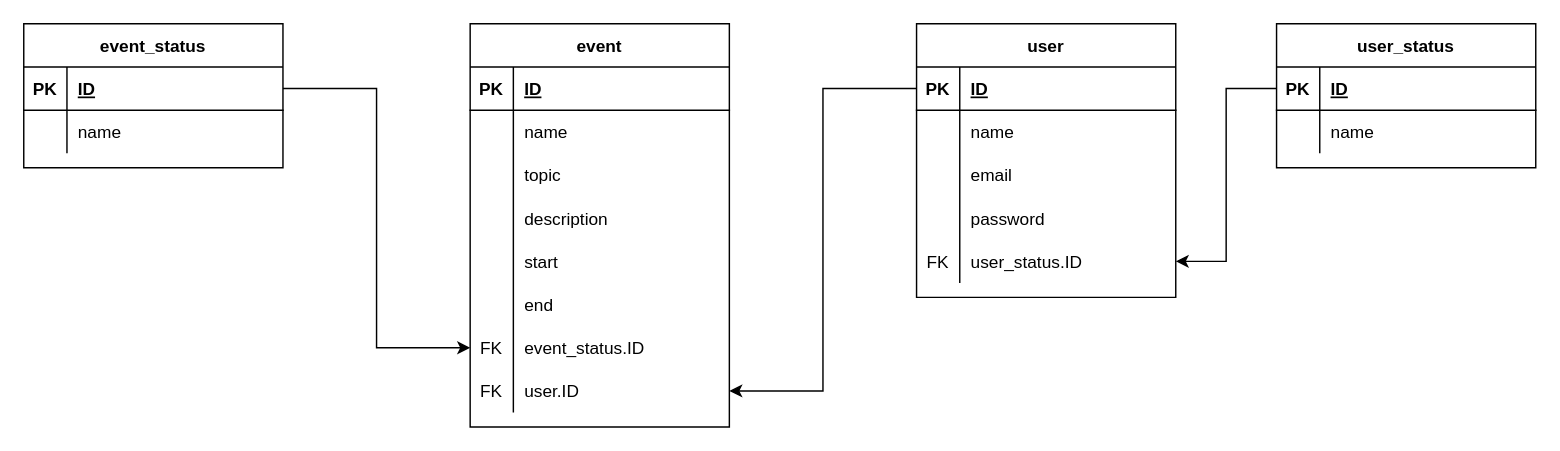
Earlier version of the draw.io diagram plans/database_plan/Calendar_database_plan.drawio (KerteszZoltan/szakdoga). Source tidied: cells renumbered, new cells numbered last; positions are measured from the earlier drawing's top-left corner, leaving out a move shared by most shapes. Both pictures are drawn from the tidied source at 144%, with x=0, y=0 at pixel (23, 23).
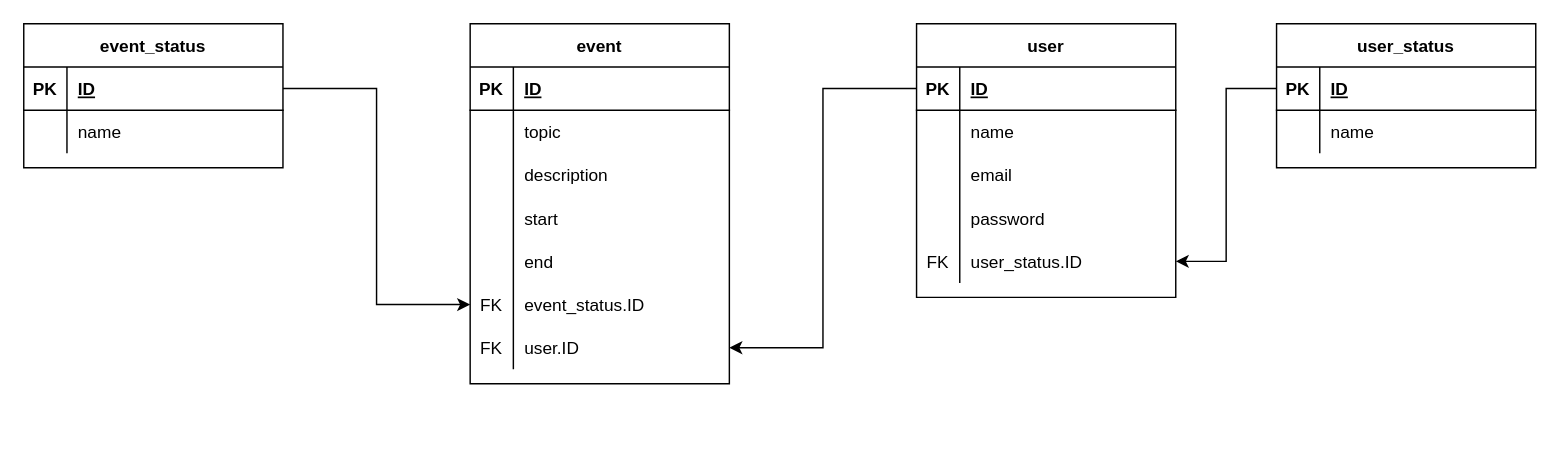
The same diagram, later.

Commit message:
delete event name, bacause the name and topic are equals

The edit, as a diff of the source:
```diff
@@
     <mxCell id="2" value="event" style="shape=table;startSize=30;childLayout=tableLayout;rowLines=0;fontStyle=1;align=center;" parent="1" vertex="1">
-      <mxGeometry x="310" width="180" height="280" as="geometry" />
+      <mxGeometry x="310" width="180" height="250" as="geometry" />
     </mxCell>
@@
-    <mxCell id="6" style="shape=partialRectangle;fillColor=none;top=0;left=0;bottom=0;right=0;" parent="2" vertex="1">
-      <mxGeometry y="60" width="180" height="30" as="geometry" />
-    </mxCell>
-    <mxCell id="7" style="shape=partialRectangle;fillColor=none;top=0;left=0;bottom=0;right=0;overflow=hidden;" parent="6" vertex="1">
-      <mxGeometry width="30" height="30" as="geometry" />
-    </mxCell>
-    <mxCell id="8" value="name" style="shape=partialRectangle;fillColor=none;top=0;left=0;bottom=0;right=0;align=left;spacingLeft=6;overflow=hidden;" parent="6" vertex="1">
-      <mxGeometry x="30" width="150" height="30" as="geometry" />
-    </mxCell>
     <mxCell id="9" style="shape=partialRectangle;fillColor=none;top=0;left=0;bottom=0;right=0;" parent="2" vertex="1">
-      <mxGeometry y="90" width="180" height="30" as="geometry" />
+      <mxGeometry y="60" width="180" height="30" as="geometry" />
     </mxCell>
@@
     <mxCell id="12" style="shape=partialRectangle;fillColor=none;top=0;left=0;bottom=0;right=0;" parent="2" vertex="1">
-      <mxGeometry y="120" width="180" height="30" as="geometry" />
+      <mxGeometry y="90" width="180" height="30" as="geometry" />
     </mxCell>
@@
     <mxCell id="15" style="shape=partialRectangle;fillColor=none;top=0;left=0;bottom=0;right=0;" parent="2" vertex="1">
-      <mxGeometry y="150" width="180" height="30" as="geometry" />
+      <mxGeometry y="120" width="180" height="30" as="geometry" />
     </mxCell>
@@
     <mxCell id="18" style="shape=partialRectangle;fillColor=none;top=0;left=0;bottom=0;right=0;" parent="2" vertex="1">
-      <mxGeometry y="180" width="180" height="30" as="geometry" />
+      <mxGeometry y="150" width="180" height="30" as="geometry" />
     </mxCell>
@@
     <mxCell id="21" style="shape=partialRectangle;fillColor=none;top=0;left=0;bottom=0;right=0;points=[[0,0.5],[1,0.5]];portConstraint=eastwest;" parent="2" vertex="1">
-      <mxGeometry y="210" width="180" height="30" as="geometry" />
+      <mxGeometry y="180" width="180" height="30" as="geometry" />
     </mxCell>
@@
     <mxCell id="24" style="shape=partialRectangle;fillColor=none;top=0;left=0;bottom=0;right=0;points=[[0,0.5],[1,0.5]];portConstraint=eastwest;" parent="2" vertex="1">
-      <mxGeometry y="240" width="180" height="30" as="geometry" />
+      <mxGeometry y="210" width="180" height="30" as="geometry" />
     </mxCell>
```
